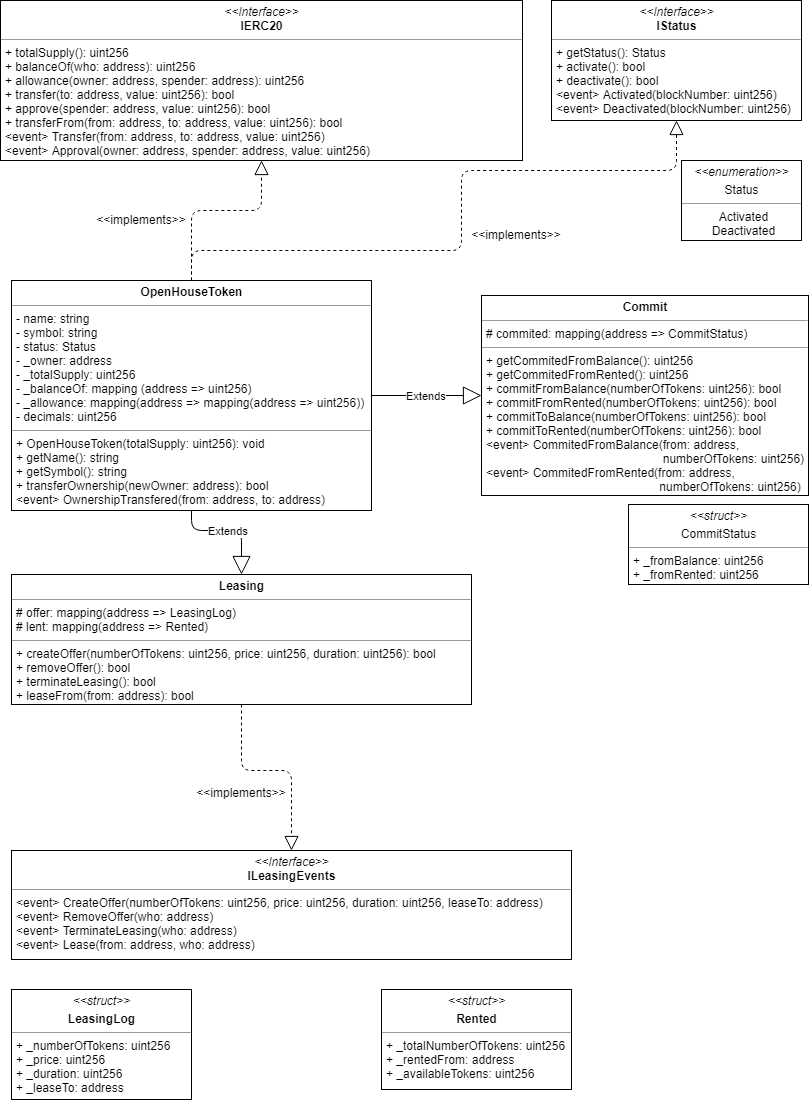
The draw.io diagram uml/OpenHouseToken/OpenHouseToken.png in gkamtzir/Ethereum-ICO-Diploma-Thesis, before a commit. Source tidied: cells renumbered, new cells last; positions are measured from the earlier drawing's top-left corner, leaving out a move shared by most shapes.
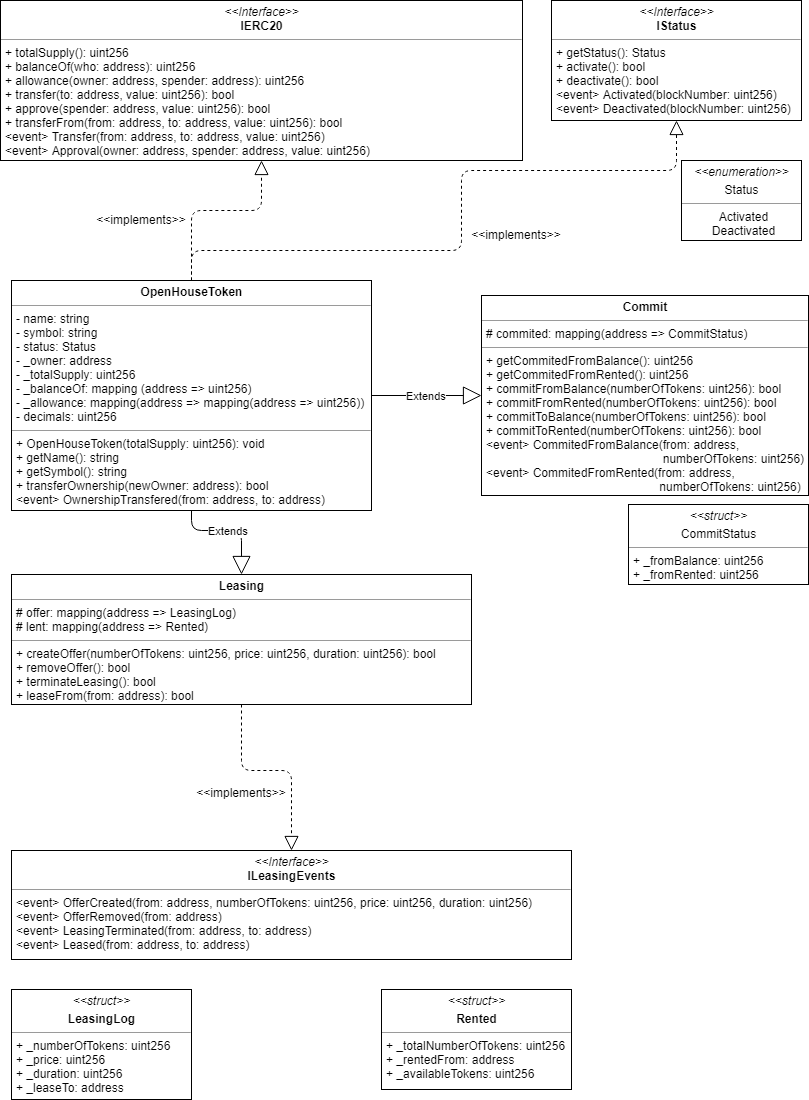
The same diagram one commit later.

Commit message:
Added ILeasingEvents interface and modified the class diagram of ILeasingEvents.

The edit, as a diff of the source:
```diff
@@ -33,7 +33,7 @@
         </Array>
       </mxGeometry>
     </mxCell>
-    <mxCell id="9" value="&lt;p style=&quot;margin: 0px ; margin-top: 4px ; text-align: center&quot;&gt;&lt;i&gt;&amp;lt;&amp;lt;Interface&amp;gt;&amp;gt;&lt;/i&gt;&lt;br&gt;&lt;b&gt;ILeasingEvents&lt;/b&gt;&lt;/p&gt;&lt;hr size=&quot;1&quot;&gt;&lt;p style=&quot;margin: 0px ; margin-left: 4px&quot;&gt;&amp;lt;event&amp;gt; CreateOffer(numberOfTokens: uint256, price: uint256, duration: uint256, leaseTo: address)&lt;br&gt;&amp;lt;event&amp;gt; RemoveOffer(who: address)&lt;/p&gt;&lt;p style=&quot;margin: 0px ; margin-left: 4px&quot;&gt;&amp;lt;event&amp;gt; TerminateLeasing(who: address)&lt;/p&gt;&lt;p style=&quot;margin: 0px ; margin-left: 4px&quot;&gt;&amp;lt;event&amp;gt; Lease(from: address, who: address)&lt;/p&gt;" style="verticalAlign=top;align=left;overflow=fill;fontSize=12;fontFamily=Helvetica;html=1;" parent="1" vertex="1">
+    <mxCell id="9" value="&lt;p style=&quot;margin: 0px ; margin-top: 4px ; text-align: center&quot;&gt;&lt;i&gt;&amp;lt;&amp;lt;Interface&amp;gt;&amp;gt;&lt;/i&gt;&lt;br&gt;&lt;b&gt;ILeasingEvents&lt;/b&gt;&lt;/p&gt;&lt;hr size=&quot;1&quot;&gt;&lt;p style=&quot;margin: 0px ; margin-left: 4px&quot;&gt;&amp;lt;event&amp;gt; OfferCreated(from: address, numberOfTokens: uint256, price: uint256, duration: uint256)&lt;br&gt;&amp;lt;event&amp;gt; OfferRemoved(from: address)&lt;/p&gt;&lt;p style=&quot;margin: 0px ; margin-left: 4px&quot;&gt;&amp;lt;event&amp;gt; LeasingTerminated(from: address, to: address)&lt;/p&gt;&lt;p style=&quot;margin: 0px ; margin-left: 4px&quot;&gt;&amp;lt;event&amp;gt; Leased(from: address, to: address)&lt;/p&gt;" style="verticalAlign=top;align=left;overflow=fill;fontSize=12;fontFamily=Helvetica;html=1;" parent="1" vertex="1">
       <mxGeometry x="11" y="850" width="560" height="109" as="geometry" />
     </mxCell>
     <mxCell id="10" style="endArrow=block;dashed=1;endFill=0;endSize=12;html=1;exitX=0.5;exitY=1;exitDx=0;exitDy=0;entryX=0.5;entryY=0;entryDx=0;entryDy=0;" parent="1" edge="1" source="6" target="9">
```
